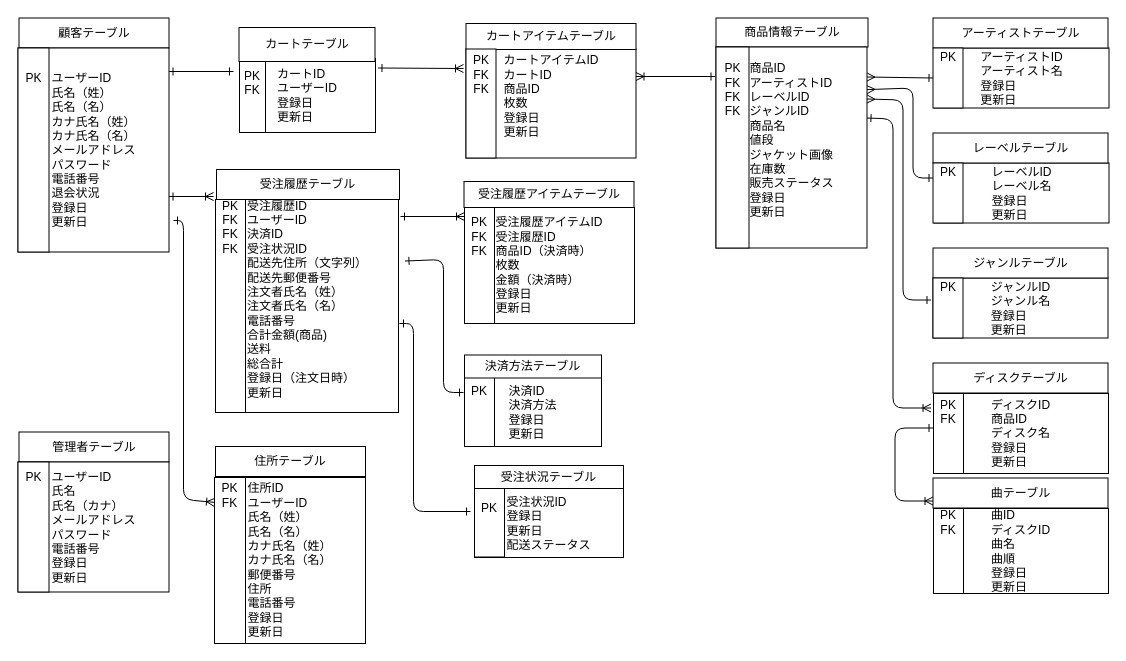
ecl11/ECL keeps this draw.io diagram as ER図.drawio. Above is the earlier version. Source tidied: cells renumbered, new cells numbered last; positions are measured from the earlier drawing's top-left corner, leaving out a move shared by most shapes. Both pictures are drawn from the tidied source at 100%, with x=0, y=0 at pixel (17, 18).
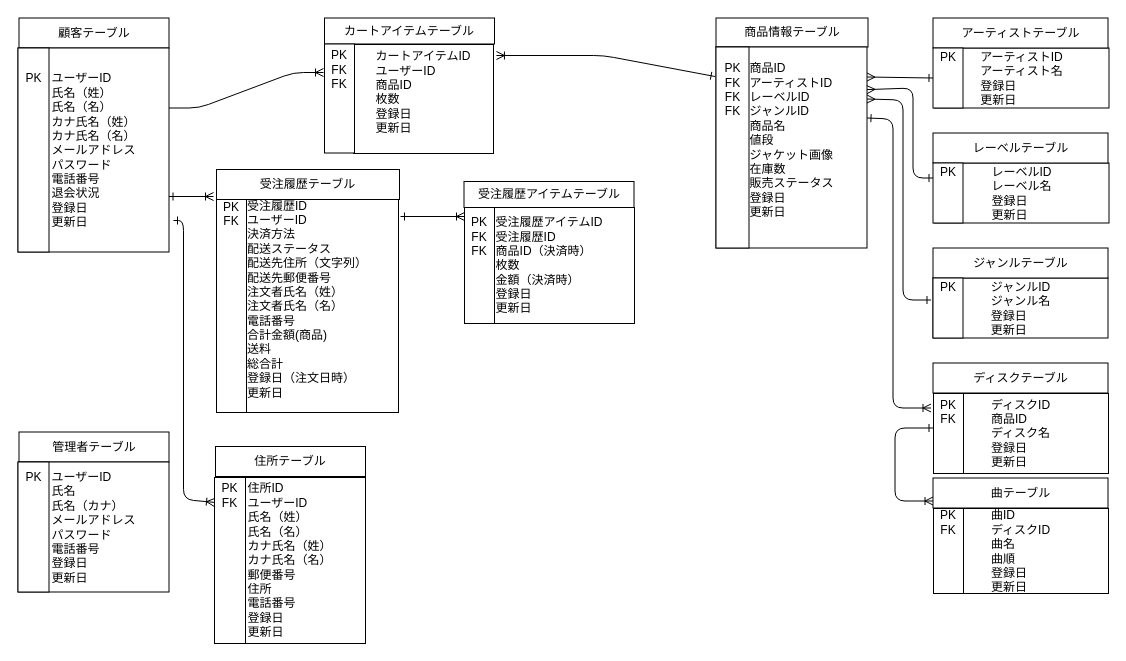
The same page after the edit.

Change to the diagram source:
```diff
@@
-    <mxCell id="3" value="&lt;div style=&quot;text-align: left&quot;&gt;&lt;span&gt;カートID&lt;/span&gt;&lt;/div&gt;&lt;div style=&quot;text-align: left&quot;&gt;&lt;span&gt;ユーザーID&lt;/span&gt;&lt;/div&gt;&lt;div style=&quot;text-align: left&quot;&gt;&lt;span&gt;登録日&lt;/span&gt;&lt;/div&gt;&lt;div style=&quot;text-align: left&quot;&gt;&lt;span&gt;更新日&lt;/span&gt;&lt;/div&gt;" style="rounded=0;whiteSpace=wrap;html=1;" parent="1" vertex="1">
-      <mxGeometry x="222" y="40" width="136" height="74" as="geometry" />
-    </mxCell>
-    <mxCell id="4" value="カートテーブル" style="rounded=0;whiteSpace=wrap;html=1;" parent="1" vertex="1">
-      <mxGeometry x="221.5" y="9" width="136" height="34" as="geometry" />
-    </mxCell>
-    <mxCell id="5" value="&lt;div style=&quot;text-align: left&quot;&gt;受注履歴ID&lt;span&gt;&lt;br&gt;&lt;/span&gt;&lt;/div&gt;&lt;div style=&quot;text-align: left&quot;&gt;&lt;span&gt;ユーザーID&lt;/span&gt;&lt;/div&gt;&lt;div style=&quot;text-align: left&quot;&gt;決済ID&lt;/div&gt;&lt;span&gt;&lt;div style=&quot;text-align: left&quot;&gt;受注状況ID&lt;span&gt;&lt;br&gt;&lt;/span&gt;&lt;/div&gt;&lt;div style=&quot;text-align: left&quot;&gt;配送先住所（文字列）&lt;/div&gt;&lt;div style=&quot;text-align: left&quot;&gt;&lt;span&gt;配送先郵便番号&lt;/span&gt;&lt;/div&gt;&lt;div style=&quot;text-align: left&quot;&gt;注文者氏名（姓）&lt;/div&gt;&lt;div style=&quot;text-align: left&quot;&gt;注文者氏名（名）&lt;/div&gt;&lt;div style=&quot;text-align: left&quot;&gt;&lt;span&gt;電話番号&lt;/span&gt;&lt;/div&gt;&lt;/span&gt;&lt;span&gt;&lt;div style=&quot;text-align: left&quot;&gt;&lt;span&gt;合計金額(商品)&lt;/span&gt;&lt;/div&gt;&lt;div style=&quot;text-align: left&quot;&gt;&lt;span&gt;送料&lt;/span&gt;&lt;/div&gt;&lt;div style=&quot;text-align: left&quot;&gt;&lt;span&gt;総合計&lt;/span&gt;&lt;/div&gt;&lt;div style=&quot;text-align: left&quot;&gt;&lt;span&gt;登録日（注文日時&lt;/span&gt;&lt;span&gt;）&lt;/span&gt;&lt;/div&gt;&lt;div style=&quot;text-align: left&quot;&gt;&lt;span&gt;更新日&lt;/span&gt;&lt;/div&gt;&lt;div style=&quot;text-align: left&quot;&gt;&lt;br&gt;&lt;/div&gt;&lt;/span&gt;" style="rounded=0;whiteSpace=wrap;html=1;" parent="1" vertex="1">
+    <mxCell id="5" value="&lt;div style=&quot;text-align: left&quot;&gt;受注履歴ID&lt;span&gt;&lt;br&gt;&lt;/span&gt;&lt;/div&gt;&lt;div style=&quot;text-align: left&quot;&gt;&lt;span&gt;ユーザーID&lt;/span&gt;&lt;/div&gt;&lt;div style=&quot;text-align: left&quot;&gt;決済方法&lt;/div&gt;&lt;span&gt;&lt;div style=&quot;text-align: left&quot;&gt;&lt;span&gt;配送ステータス&lt;/span&gt;&lt;/div&gt;&lt;div style=&quot;text-align: left&quot;&gt;配送先住所（文字列）&lt;/div&gt;&lt;div style=&quot;text-align: left&quot;&gt;&lt;span&gt;配送先郵便番号&lt;/span&gt;&lt;/div&gt;&lt;div style=&quot;text-align: left&quot;&gt;注文者氏名（姓）&lt;/div&gt;&lt;div style=&quot;text-align: left&quot;&gt;注文者氏名（名）&lt;/div&gt;&lt;div style=&quot;text-align: left&quot;&gt;&lt;span&gt;電話番号&lt;/span&gt;&lt;/div&gt;&lt;/span&gt;&lt;span&gt;&lt;div style=&quot;text-align: left&quot;&gt;&lt;span&gt;合計金額(商品)&lt;/span&gt;&lt;/div&gt;&lt;div style=&quot;text-align: left&quot;&gt;&lt;span&gt;送料&lt;/span&gt;&lt;/div&gt;&lt;div style=&quot;text-align: left&quot;&gt;&lt;span&gt;総合計&lt;/span&gt;&lt;/div&gt;&lt;div style=&quot;text-align: left&quot;&gt;&lt;span&gt;登録日（注文日時&lt;/span&gt;&lt;span&gt;）&lt;/span&gt;&lt;/div&gt;&lt;div style=&quot;text-align: left&quot;&gt;&lt;span&gt;更新日&lt;/span&gt;&lt;/div&gt;&lt;div style=&quot;text-align: left&quot;&gt;&lt;br&gt;&lt;/div&gt;&lt;/span&gt;" style="rounded=0;whiteSpace=wrap;html=1;" parent="1" vertex="1">
       <mxGeometry x="199" y="181" width="182" height="213" as="geometry" />
     </mxCell>
@@
-    <mxCell id="7" value="&lt;div style=&quot;text-align: left&quot;&gt;&lt;span&gt;カートアイテムID&lt;/span&gt;&lt;/div&gt;&lt;div style=&quot;text-align: left&quot;&gt;&lt;span&gt;カートID&lt;/span&gt;&lt;br&gt;&lt;/div&gt;&lt;div style=&quot;text-align: left&quot;&gt;&lt;span&gt;商品ID&lt;/span&gt;&lt;/div&gt;&lt;div style=&quot;text-align: left&quot;&gt;&lt;span&gt;枚数&lt;/span&gt;&lt;/div&gt;&lt;div style=&quot;text-align: left&quot;&gt;&lt;span&gt;登録日&lt;/span&gt;&lt;/div&gt;&lt;div style=&quot;text-align: left&quot;&gt;&lt;span&gt;更新日&lt;/span&gt;&lt;/div&gt;&lt;div style=&quot;text-align: left&quot;&gt;&lt;span&gt;&lt;br&gt;&lt;/span&gt;&lt;/div&gt;" style="rounded=0;whiteSpace=wrap;html=1;" parent="1" vertex="1">
-      <mxGeometry x="448.5" y="30.5" width="170" height="109" as="geometry" />
+    <mxCell id="7" value="&lt;div style=&quot;text-align: left&quot;&gt;&lt;span&gt;カートアイテムID&lt;/span&gt;&lt;/div&gt;&lt;div style=&quot;text-align: left&quot;&gt;&lt;span&gt;ユーザーID&lt;/span&gt;&lt;br&gt;&lt;/div&gt;&lt;div style=&quot;text-align: left&quot;&gt;&lt;span&gt;商品ID&lt;/span&gt;&lt;/div&gt;&lt;div style=&quot;text-align: left&quot;&gt;&lt;span&gt;枚数&lt;/span&gt;&lt;/div&gt;&lt;div style=&quot;text-align: left&quot;&gt;&lt;span&gt;登録日&lt;/span&gt;&lt;/div&gt;&lt;div style=&quot;text-align: left&quot;&gt;&lt;span&gt;更新日&lt;/span&gt;&lt;/div&gt;&lt;div style=&quot;text-align: left&quot;&gt;&lt;span&gt;&lt;br&gt;&lt;/span&gt;&lt;/div&gt;" style="rounded=0;whiteSpace=wrap;html=1;" parent="1" vertex="1">
+      <mxGeometry x="336" y="26" width="140" height="109" as="geometry" />
     </mxCell>
     <mxCell id="8" value="カートアイテムテーブル" style="rounded=0;whiteSpace=wrap;html=1;" parent="1" vertex="1">
-      <mxGeometry x="448.5" y="5" width="170" height="26" as="geometry" />
+      <mxGeometry x="307" y="-0.5" width="170" height="26" as="geometry" />
     </mxCell>
@@
-    <mxCell id="12" value="PK&lt;br&gt;FK&lt;br&gt;&lt;br&gt;&lt;br&gt;" style="rounded=0;whiteSpace=wrap;html=1;" parent="1" vertex="1">
-      <mxGeometry x="222" y="43" width="26" height="71" as="geometry" />
-    </mxCell>
     <mxCell id="13" value="PK&lt;br&gt;FK&lt;br&gt;FK&lt;br&gt;&lt;br&gt;&lt;br&gt;&lt;br&gt;&lt;br&gt;" style="rounded=0;whiteSpace=wrap;html=1;" parent="1" vertex="1">
-      <mxGeometry x="448.5" y="30.5" width="30" height="109" as="geometry" />
+      <mxGeometry x="307" y="25.5" width="30" height="109" as="geometry" />
     </mxCell>
@@
-    <mxCell id="17" style="endArrow=ERoneToMany;html=1;endFill=0;startArrow=ERone;startFill=0;" parent="1" edge="1">
-      <mxGeometry relative="1" as="geometry">
-        <mxPoint x="360.5" y="49.5" as="sourcePoint" />
-        <mxPoint x="446" y="50" as="targetPoint" />
-      </mxGeometry>
-    </mxCell>
-    <mxCell id="18" style="endArrow=ERone;html=1;endFill=0;startArrow=ERone;startFill=0;" parent="1" edge="1">
-      <mxGeometry relative="1" as="geometry">
-        <mxPoint x="151.5" y="53" as="sourcePoint" />
-        <mxPoint x="216" y="53" as="targetPoint" />
-      </mxGeometry>
-    </mxCell>
-    <mxCell id="19" style="endArrow=ERoneToMany;html=1;endFill=0;startArrow=ERone;startFill=0;" parent="1" edge="1">
+    <mxCell id="19" style="endArrow=ERoneToMany;html=1;endFill=0;startArrow=ERone;startFill=0;entryX=1.021;entryY=0.101;entryDx=0;entryDy=0;entryPerimeter=0;" parent="1" edge="1" target="7">
       <mxGeometry relative="1" as="geometry">
         <mxPoint x="697.5" y="58" as="sourcePoint" />
-        <mxPoint x="618.5" y="58" as="targetPoint" />
+        <Array as="points">
+          <mxPoint x="586" y="37" />
+        </Array>
       </mxGeometry>
     </mxCell>
@@
-    <mxCell id="23" value="PK&lt;br&gt;FK&lt;br&gt;FK&lt;br&gt;FK&lt;br&gt;&lt;br&gt;&lt;br&gt;&lt;br&gt;&lt;br&gt;&lt;br&gt;&lt;br&gt;&lt;br&gt;&lt;br&gt;&lt;br&gt;&lt;br&gt;&lt;br&gt;" style="rounded=0;whiteSpace=wrap;html=1;" parent="1" vertex="1">
-      <mxGeometry x="198" y="181" width="30" height="213" as="geometry" />
+    <mxCell id="23" value="PK&lt;br&gt;FK&lt;br&gt;&lt;br&gt;&lt;br&gt;&lt;br&gt;&lt;br&gt;&lt;br&gt;&lt;br&gt;&lt;br&gt;&lt;br&gt;&lt;br&gt;&lt;br&gt;&lt;br&gt;&lt;br&gt;" style="rounded=0;whiteSpace=wrap;html=1;verticalAlign=top;spacing=-4;" parent="1" vertex="1">
+      <mxGeometry x="199" y="181" width="30" height="213" as="geometry" />
     </mxCell>
@@
-    <mxCell id="36" value="&lt;div style=&quot;text-align: left&quot;&gt;&lt;span&gt;決済ID&lt;/span&gt;&lt;/div&gt;&lt;span&gt;&lt;div style=&quot;text-align: left&quot;&gt;決済方法&lt;/div&gt;&lt;div style=&quot;text-align: left&quot;&gt;登録日&lt;/div&gt;&lt;div style=&quot;text-align: left&quot;&gt;更新日&lt;/div&gt;&lt;/span&gt;" style="rounded=0;whiteSpace=wrap;html=1;" parent="1" vertex="1">
-      <mxGeometry x="447" y="359" width="137" height="69" as="geometry" />
-    </mxCell>
@@
-    <mxCell id="38" value="PK&lt;br&gt;&lt;br&gt;&lt;br&gt;&lt;br&gt;" style="rounded=0;whiteSpace=wrap;html=1;" parent="1" vertex="1">
-      <mxGeometry x="447" y="359" width="30" height="69" as="geometry" />
-    </mxCell>
@@
-    <mxCell id="54" value="&lt;span&gt;決済方法テーブル&lt;/span&gt;" style="rounded=0;whiteSpace=wrap;html=1;" parent="1" vertex="1">
-      <mxGeometry x="447" y="336.5" width="137" height="23" as="geometry" />
-    </mxCell>
@@
-    <mxCell id="56" style="endArrow=ERone;html=1;endFill=0;exitX=1;exitY=0.212;exitDx=0;exitDy=0;exitPerimeter=0;startArrow=ERone;startFill=0;" parent="1" edge="1">
-      <mxGeometry relative="1" as="geometry">
-        <mxPoint x="387.5" y="242.5" as="sourcePoint" />
-        <mxPoint x="446" y="374" as="targetPoint" />
-        <Array as="points">
-          <mxPoint x="426" y="241" />
-          <mxPoint x="426" y="374" />
-        </Array>
-      </mxGeometry>
-    </mxCell>
-    <mxCell id="57" value="&lt;div style=&quot;text-align: left&quot;&gt;&lt;span&gt;受注状況ID&lt;/span&gt;&lt;/div&gt;&lt;span&gt;&lt;div style=&quot;text-align: left&quot;&gt;登録日&lt;/div&gt;&lt;div style=&quot;text-align: left&quot;&gt;更新日&lt;/div&gt;&lt;div style=&quot;text-align: left&quot;&gt;配送ステータス&lt;/div&gt;&lt;/span&gt;" style="rounded=0;whiteSpace=wrap;html=1;" parent="1" vertex="1">
-      <mxGeometry x="457" y="470" width="149" height="69" as="geometry" />
-    </mxCell>
-    <mxCell id="58" value="PK&lt;br&gt;&lt;br&gt;&lt;br&gt;" style="rounded=0;whiteSpace=wrap;html=1;" parent="1" vertex="1">
-      <mxGeometry x="457" y="469.5" width="30" height="69" as="geometry" />
-    </mxCell>
-    <mxCell id="59" value="&lt;span&gt;受注状況テーブル&lt;/span&gt;" style="rounded=0;whiteSpace=wrap;html=1;" parent="1" vertex="1">
-      <mxGeometry x="457" y="447" width="149" height="23" as="geometry" />
-    </mxCell>
-    <mxCell id="60" style="endArrow=ERone;html=1;endFill=0;startArrow=ERone;startFill=0;" parent="1" edge="1">
-      <mxGeometry relative="1" as="geometry">
-        <mxPoint x="382" y="305" as="sourcePoint" />
-        <mxPoint x="453" y="493" as="targetPoint" />
-        <Array as="points">
-          <mxPoint x="396" y="305" />
-          <mxPoint x="396" y="493" />
-        </Array>
-      </mxGeometry>
-    </mxCell>
+    <mxCell id="61" style="edgeStyle=entityRelationEdgeStyle;fontSize=12;html=1;endArrow=ERoneToMany;" parent="1" edge="1">
+      <mxGeometry relative="1" as="geometry">
+        <mxPoint x="151.5" y="89.5" as="sourcePoint" />
+        <mxPoint x="306" y="54" as="targetPoint" />
+      </mxGeometry>
+    </mxCell>
```
